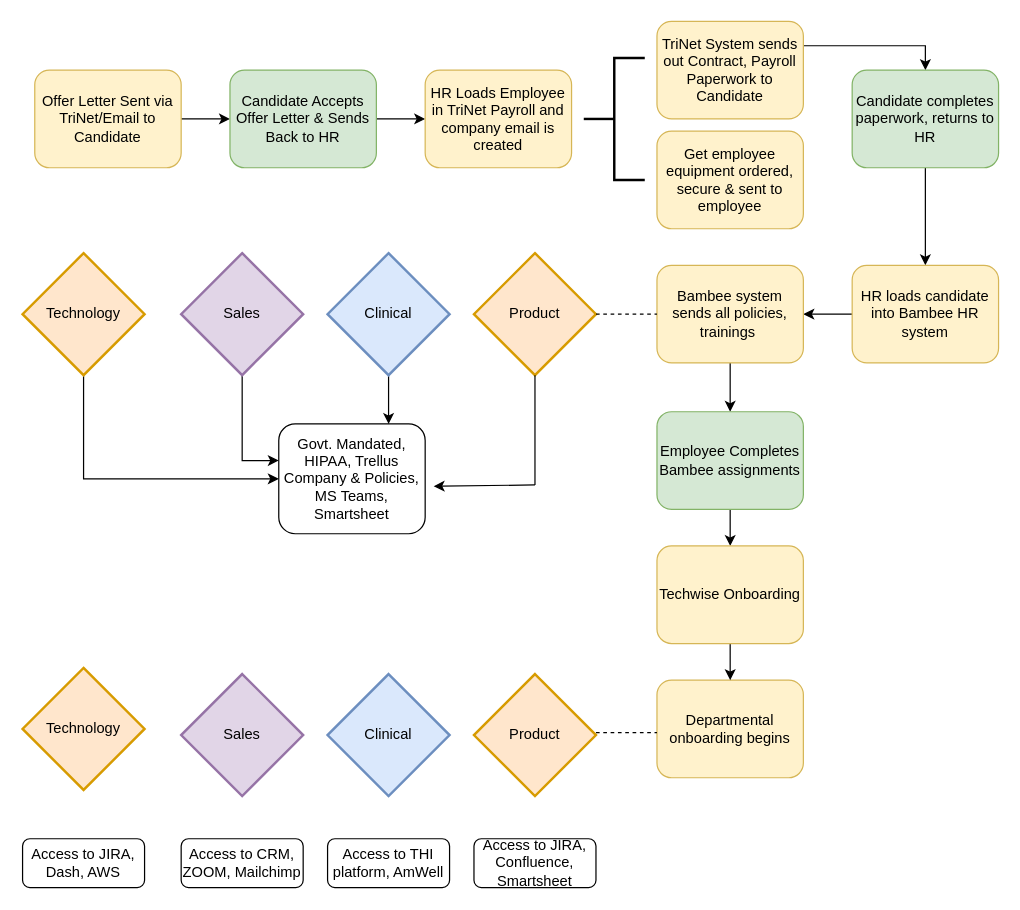
Above: Untitled Diagram.drawio in jamey-trellus/diagrams (draw.io), before the change. Source tidied: cells renumbered, new cells numbered last; positions are measured from the earlier drawing's top-left corner, leaving out a move shared by most shapes. Both pictures are drawn from the tidied source at 122%, with x=0, y=0 at pixel (22, 21).
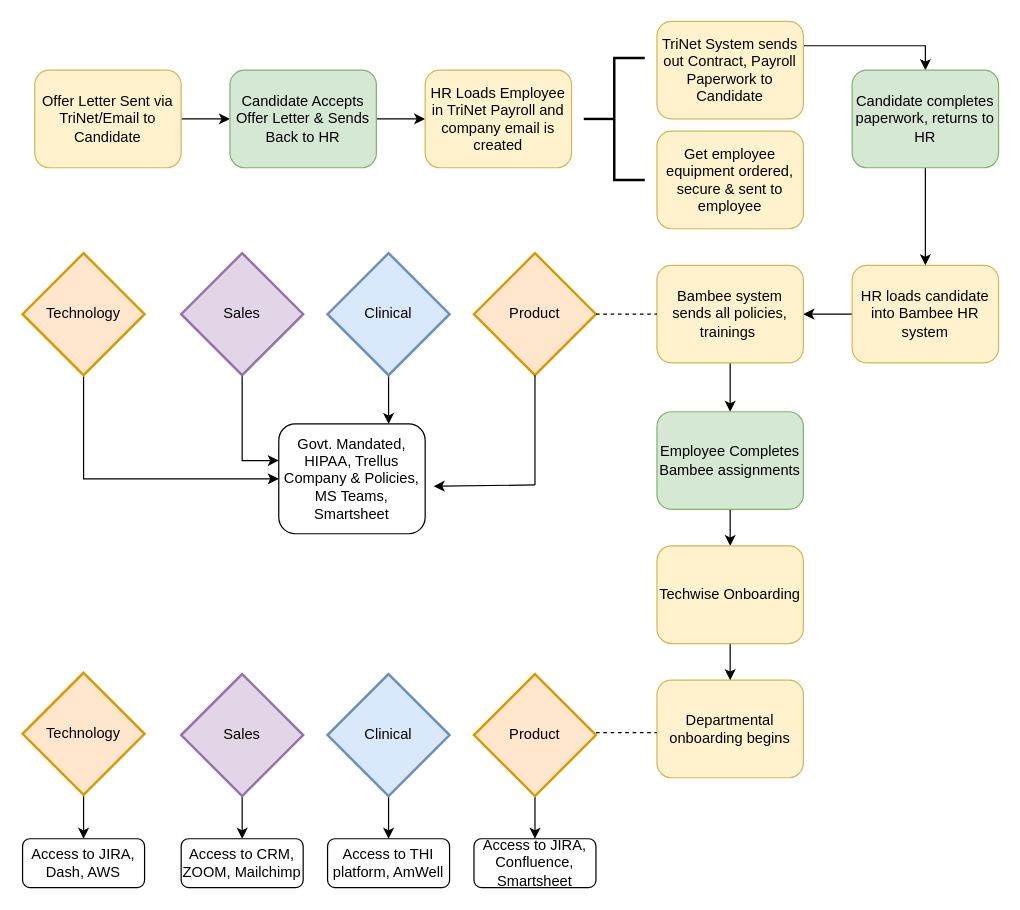
The same page after the edit.

Unchanged cells that the change refers to:
```xml
<mxCell id="26" value="Sales" style="strokeWidth=2;html=1;shape=mxgraph.flowchart.decision;whiteSpace=wrap;fillColor=#e1d5e7;strokeColor=#9673a6;" parent="1" vertex="1">
  <mxGeometry x="130" y="535" width="100" height="100" as="geometry" />
</mxCell>
<mxCell id="27" value="Clinical" style="strokeWidth=2;html=1;shape=mxgraph.flowchart.decision;whiteSpace=wrap;fillColor=#dae8fc;strokeColor=#6c8ebf;" parent="1" vertex="1">
  <mxGeometry x="250" y="535" width="100" height="100" as="geometry" />
</mxCell>
<mxCell id="28" value="Product" style="strokeWidth=2;html=1;shape=mxgraph.flowchart.decision;whiteSpace=wrap;fillColor=#ffe6cc;strokeColor=#d79b00;" parent="1" vertex="1">
  <mxGeometry x="370" y="535" width="100" height="100" as="geometry" />
</mxCell>
<mxCell id="29" value="Access to CRM, ZOOM, Mailchimp" style="rounded=1;whiteSpace=wrap;html=1;" parent="1" vertex="1">
  <mxGeometry x="130" y="670" width="100" height="40" as="geometry" />
</mxCell>
<mxCell id="37" value="Access to JIRA, Dash, AWS" style="rounded=1;whiteSpace=wrap;html=1;" parent="1" vertex="1">
  <mxGeometry y="670" width="100" height="40" as="geometry" />
</mxCell>
<mxCell id="38" value="Access to THI platform, AmWell" style="rounded=1;whiteSpace=wrap;html=1;" parent="1" vertex="1">
  <mxGeometry x="250" y="670" width="100" height="40" as="geometry" />
</mxCell>
<mxCell id="39" value="Access to JIRA, Confluence, Smartsheet" style="rounded=1;whiteSpace=wrap;html=1;" parent="1" vertex="1">
  <mxGeometry x="370" y="670" width="100" height="40" as="geometry" />
</mxCell>
```

Diff of the diagram source:
```diff
@@
+    <mxCell id="42" style="edgeStyle=orthogonalEdgeStyle;rounded=0;jettySize=auto;html=1;entryX=0.5;entryY=0;entryDx=0;entryDy=0;" parent="1" edge="1" source="26" target="29">
+      <mxGeometry relative="1" as="geometry" />
+    </mxCell>
@@
+    <mxCell id="43" style="edgeStyle=orthogonalEdgeStyle;rounded=0;jettySize=auto;html=1;entryX=0.5;entryY=0;entryDx=0;entryDy=0;" parent="1" edge="1" source="27" target="38">
+      <mxGeometry relative="1" as="geometry" />
+    </mxCell>
@@
+    <mxCell id="44" style="edgeStyle=orthogonalEdgeStyle;rounded=0;jettySize=auto;html=1;entryX=0.5;entryY=0;entryDx=0;entryDy=0;" parent="1" edge="1" source="28" target="39">
+      <mxGeometry relative="1" as="geometry" />
+    </mxCell>
@@
+    <mxCell id="45" style="edgeStyle=orthogonalEdgeStyle;rounded=0;jettySize=auto;html=1;entryX=0.5;entryY=0;entryDx=0;entryDy=0;" parent="1" edge="1" source="30" target="37">
+      <mxGeometry relative="1" as="geometry" />
+    </mxCell>
     <mxCell id="30" value="Technology" style="strokeWidth=2;html=1;shape=mxgraph.flowchart.decision;whiteSpace=wrap;fillColor=#ffe6cc;strokeColor=#d79b00;" parent="1" vertex="1">
-      <mxGeometry y="530" width="100" height="100" as="geometry" />
+      <mxGeometry y="534" width="100" height="100" as="geometry" />
     </mxCell>
```
